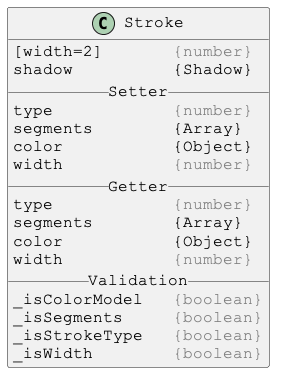
Before: docs/PlantUml/image/Stroke.png, a diagram exported from PlantUML (Justin-Byrne/canvasLab).
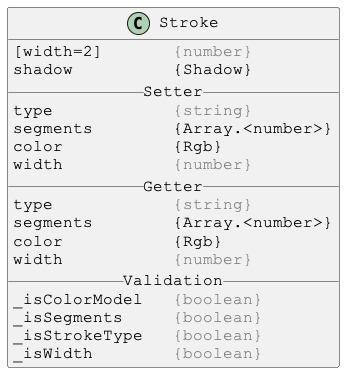
The same file after the commit.

Change to the diagram source:
```diff
@@ -7,14 +7,14 @@
 [width=2]       <color:gray>{number}</color>
 shadow          {Shadow}
 __ Setter __
-type            <color:gray>{number}</color>
-segments        {Array}
-color           {Object}
+type            <color:gray>{string}</color>
+segments        {Array.<number>}
+color           {Rgb}
 width           <color:gray>{number}</color>
 __ Getter __
-type            <color:gray>{number}</color>
-segments        {Array}
-color           {Object}
+type            <color:gray>{string}</color>
+segments        {Array.<number>}
+color           {Rgb}
 width           <color:gray>{number}</color>
 __ Validation __
 _isColorModel   <color:gray>{boolean}</color>
```
